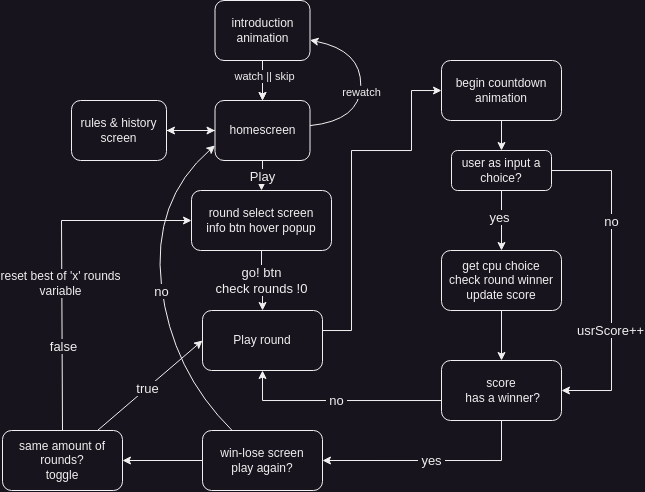
carafelix/rps-sansukumi-ken keeps this draw.io diagram as concept/diagram/rps.drawio.png. Above is the earlier version. Source tidied: cells renumbered, new cells last; positions are measured from the earlier drawing's top-left corner, leaving out a move shared by most shapes.
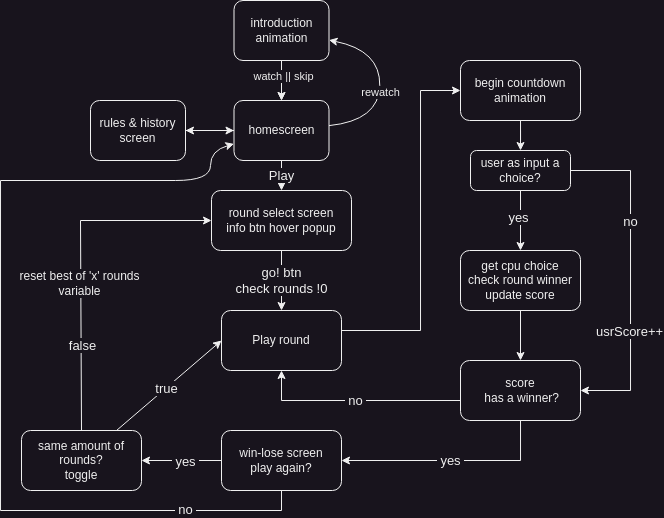
Above is the later version.

The edit, as a diff of the source:
```diff
@@ -46,15 +46,13 @@
       <mxGeometry relative="1" as="geometry" />
     </mxCell>
     <mxCell id="14" value="round select screen&lt;br&gt;info btn hover popup" style="rounded=1;whiteSpace=wrap;html=1;" parent="1" vertex="1">
-      <mxGeometry x="189" y="190" width="140" height="60" as="geometry" />
+      <mxGeometry x="190" y="190" width="140" height="60" as="geometry" />
     </mxCell>
     <mxCell id="15" style="edgeStyle=orthogonalEdgeStyle;rounded=0;jettySize=auto;html=1;" parent="1" edge="1" source="16" target="20">
       <mxGeometry relative="1" as="geometry">
         <Array as="points">
-          <mxPoint x="349" y="330" />
-          <mxPoint x="349" y="150" />
-          <mxPoint x="409" y="150" />
-          <mxPoint x="409" y="90" />
+          <mxPoint x="399" y="330" />
+          <mxPoint x="399" y="90" />
         </Array>
       </mxGeometry>
     </mxCell>
@@ -64,6 +62,21 @@
     <mxCell id="17" style="edgeStyle=orthogonalEdgeStyle;rounded=0;jettySize=auto;html=1;" parent="1" edge="1" source="18" target="28">
       <mxGeometry relative="1" as="geometry" />
     </mxCell>
+    <mxCell id="40" value="&lt;font style=&quot;font-size: 13px;&quot;&gt;&amp;nbsp;yes&amp;nbsp;&lt;/font&gt;" style="edgeLabel;html=1;align=center;verticalAlign=middle;" parent="17" vertex="1">
+      <mxGeometry x="-0.08" y="1" relative="1" as="geometry" />
+    </mxCell>
+    <mxCell id="41" style="edgeStyle=orthogonalEdgeStyle;rounded=0;jettySize=auto;html=1;strokeColor=default;endArrow=none;endFill=0;" parent="1" edge="1" source="18" target="42">
+      <mxGeometry relative="1" as="geometry">
+        <Array as="points">
+          <mxPoint x="260" y="510" />
+          <mxPoint x="-21" y="510" />
+          <mxPoint x="-21" y="180" />
+        </Array>
+      </mxGeometry>
+    </mxCell>
+    <mxCell id="27" value="&lt;font style=&quot;font-size: 13px;&quot;&gt;&amp;nbsp;no&amp;nbsp;&lt;/font&gt;" style="edgeLabel;html=1;align=center;verticalAlign=middle;" parent="41" vertex="1">
+      <mxGeometry x="-0.71" y="-1" relative="1" as="geometry" />
+    </mxCell>
     <mxCell id="18" value="win-lose screen&lt;br&gt;play again?" style="rounded=1;whiteSpace=wrap;html=1;" parent="1" vertex="1">
       <mxGeometry x="200" y="430" width="120" height="60" as="geometry" />
     </mxCell>
@@ -96,17 +109,6 @@
     <mxCell id="25" value="score&lt;br&gt;&amp;nbsp;has a winner?" style="rounded=1;whiteSpace=wrap;html=1;" parent="1" vertex="1">
       <mxGeometry x="439" y="360" width="120" height="60" as="geometry" />
     </mxCell>
-    <mxCell id="26" style="curved=1;endArrow=classic;html=1;rounded=0;entryX=0;entryY=0.75;entryDx=0;entryDy=0;" parent="1" edge="1" source="18" target="4">
-      <mxGeometry relative="1" as="geometry">
-        <Array as="points">
-          <mxPoint x="169" y="370" />
-          <mxPoint x="149" y="200" />
-        </Array>
-      </mxGeometry>
-    </mxCell>
-    <mxCell id="27" value="&lt;span style=&quot;font-size: 13px;&quot;&gt;no&lt;br&gt;&lt;/span&gt;" style="edgeLabel;html=1;align=center;verticalAlign=middle;" parent="26" vertex="1">
-      <mxGeometry x="-0.03" y="1" relative="1" as="geometry" />
-    </mxCell>
     <mxCell id="28" value="same amount of rounds?&lt;br&gt;toggle" style="rounded=1;whiteSpace=wrap;html=1;" parent="1" vertex="1">
       <mxGeometry y="430" width="120" height="60" as="geometry" />
     </mxCell>
@@ -156,5 +158,16 @@
     <mxCell id="39" value="user as input a choice?" style="rounded=1;whiteSpace=wrap;html=1;" parent="1" vertex="1">
       <mxGeometry x="449" y="150" width="100" height="40" as="geometry" />
     </mxCell>
+    <mxCell id="42" style="shape=waypoint;sketch=0;size=6;points=[];fillColor=default;perimeter=centerPerimeter;snapToPoint=1;rounded=1;strokeWidth=0;strokeColor=none;" parent="1" vertex="1">
+      <mxGeometry x="144" y="170" width="20" height="20" as="geometry" />
+    </mxCell>
+    <mxCell id="43" style="curved=1;endArrow=classic;html=1;rounded=0;" parent="1" edge="1" source="42" target="4">
+      <mxGeometry relative="1" as="geometry">
+        <Array as="points">
+          <mxPoint x="189" y="180" />
+          <mxPoint x="189" y="150" />
+        </Array>
+      </mxGeometry>
+    </mxCell>
   </root>
 </mxGraphModel>
```
